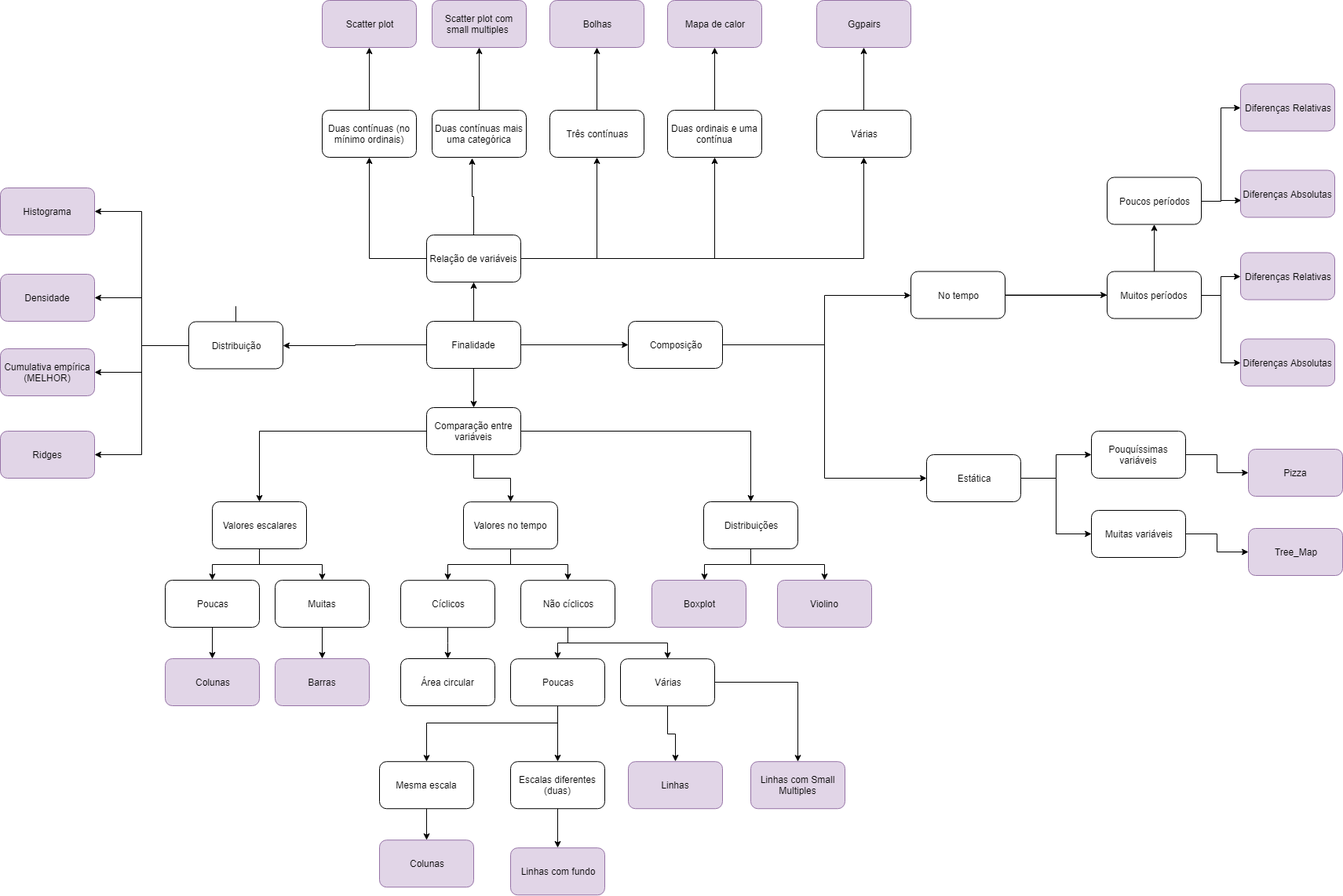
This is diagramas/graficos.png from crotman/CursoR, a draw.io export, as it was before one commit. Source tidied: cells renumbered, new cells last; positions are measured from the earlier drawing's top-left corner, leaving out a move shared by most shapes.
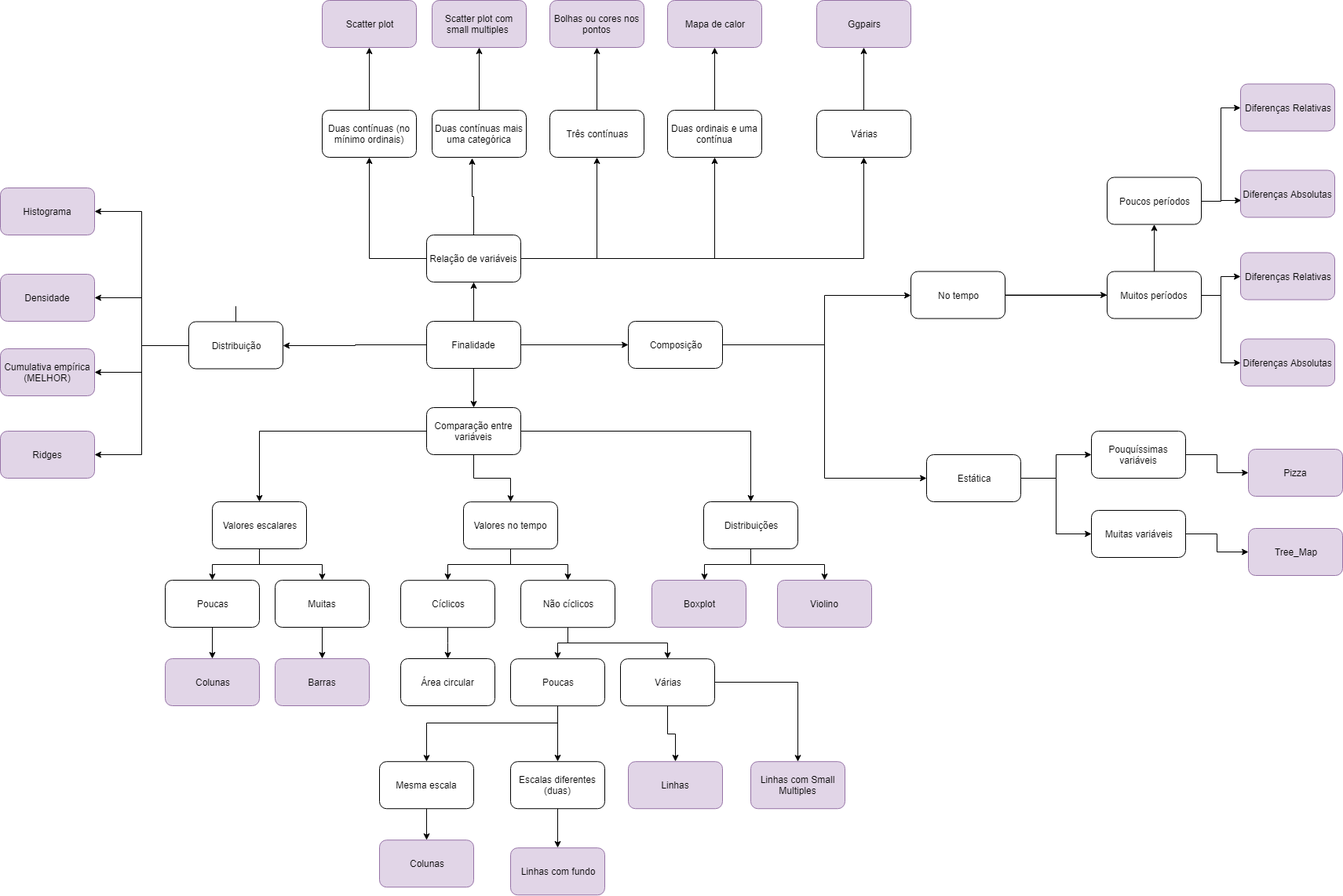
Above is the later version.

Commit message:
Mais gráfixos

The edit, as a diff of the source:
```diff
@@ -184,7 +184,7 @@
     <mxCell id="57" value="Scatter plot com small multiples&amp;nbsp;" style="rounded=1;whiteSpace=wrap;html=1;fillColor=#e1d5e7;strokeColor=#9673a6;" parent="1" vertex="1">
       <mxGeometry x="550" width="120" height="60" as="geometry" />
     </mxCell>
-    <mxCell id="58" value="Bolhas" style="rounded=1;whiteSpace=wrap;html=1;fillColor=#e1d5e7;strokeColor=#9673a6;" parent="1" vertex="1">
+    <mxCell id="58" value="Bolhas ou cores nos pontos" style="rounded=1;whiteSpace=wrap;html=1;fillColor=#e1d5e7;strokeColor=#9673a6;" parent="1" vertex="1">
       <mxGeometry x="700" width="120" height="60" as="geometry" />
     </mxCell>
     <mxCell id="59" style="edgeStyle=orthogonalEdgeStyle;rounded=0;jettySize=auto;html=1;entryX=0;entryY=0.5;entryDx=0;entryDy=0;" parent="1" edge="1" source="61" target="70">
```
